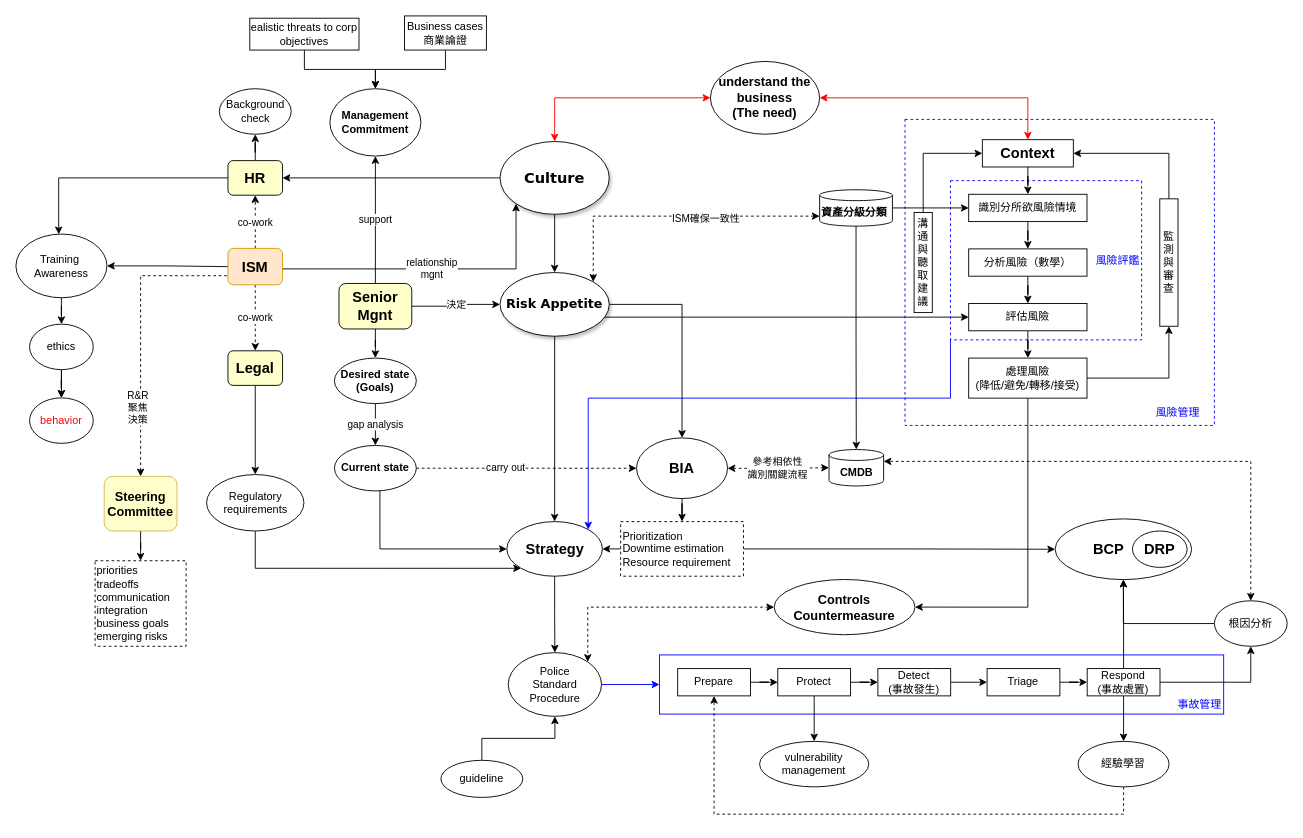
Above: Untitled Diagram.drawio in digipenguin/machinelearn-ndu (draw.io), before the change. Source tidied: cells renumbered, new cells numbered last; positions are measured from the earlier drawing's top-left corner, leaving out a move shared by most shapes. Both pictures are drawn from the tidied source at 91%, with x=0, y=0 at pixel (15, 15).
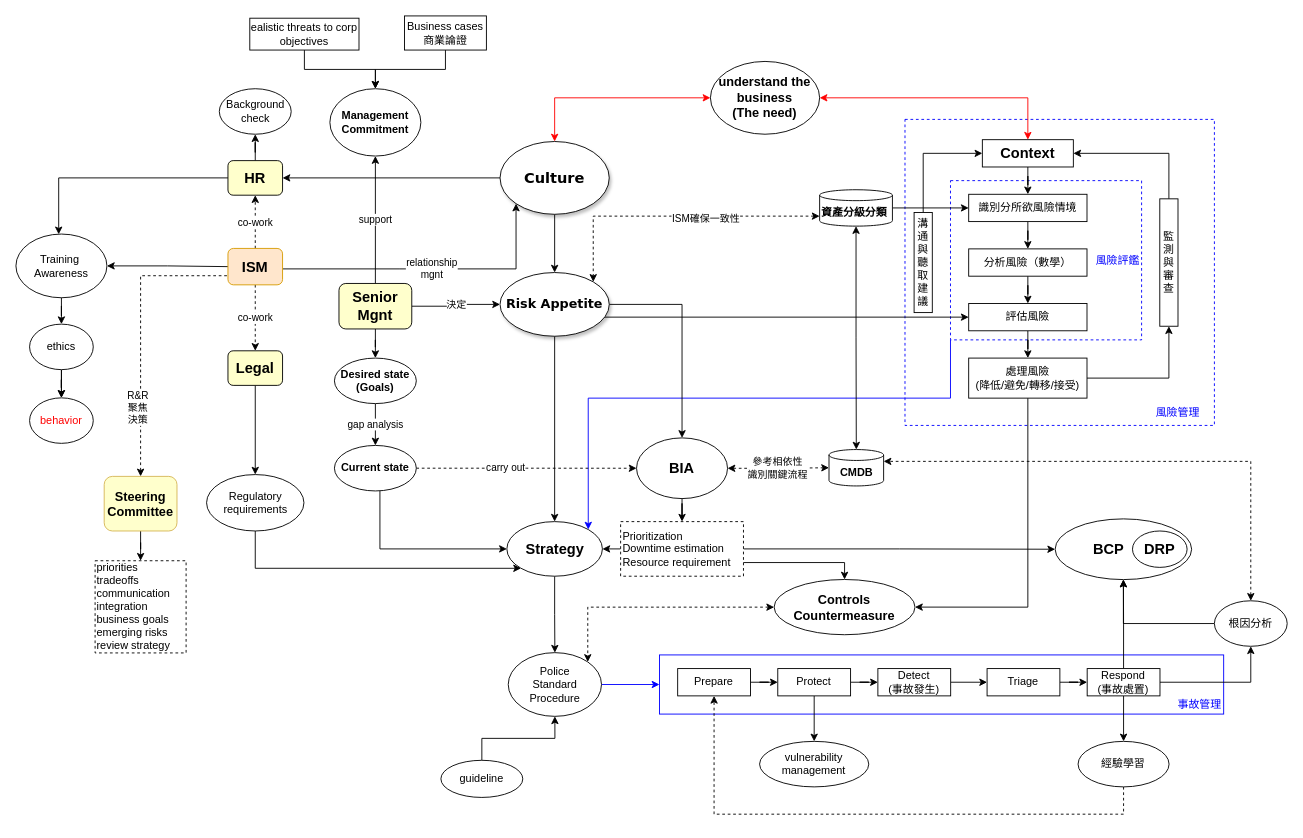
Above is the later version.

Unchanged cells that the change refers to:
```xml
<mxCell id="65" value="&lt;b&gt;CMDB&lt;/b&gt;" style="shape=cylinder3;whiteSpace=wrap;html=1;boundedLbl=1;backgroundOutline=1;size=6;fillColor=#FFFFFF;" parent="1" vertex="1">
  <mxGeometry x="893.5" y="476.5" width="60" height="40" as="geometry" />
</mxCell>
<mxCell id="68" value="&lt;span&gt;Prioritization&lt;/span&gt;&lt;br&gt;&lt;span&gt;Downtime estimation&lt;br&gt;Resource requirement&lt;br&gt;&lt;/span&gt;" style="rounded=0;whiteSpace=wrap;html=1;strokeColor=#000000;fillColor=#FFFFFF;align=left;dashed=1;" parent="1" vertex="1">
  <mxGeometry x="664.5" y="555.7" width="135" height="60" as="geometry" />
</mxCell>
<mxCell id="89" value="&lt;b&gt;&lt;font style=&quot;font-size: 14px&quot;&gt;Controls&lt;br&gt;Countermeasure&lt;br&gt;&lt;/font&gt;&lt;/b&gt;" style="ellipse;whiteSpace=wrap;html=1;strokeColor=#000000;fillColor=none;gradientColor=none;" parent="1" vertex="1">
  <mxGeometry x="833.2" y="619.3" width="154.8" height="60.7" as="geometry" />
</mxCell>
<mxCell id="96" value="&lt;b&gt;資產分級分類&amp;nbsp;&lt;/b&gt;" style="shape=cylinder3;whiteSpace=wrap;html=1;boundedLbl=1;backgroundOutline=1;size=6;fillColor=#FFFFFF;" parent="1" vertex="1">
  <mxGeometry x="883.2" y="191" width="80" height="40" as="geometry" />
</mxCell>
```

What changed in the source:
```diff
@@
+    <mxCell id="111" style="edgeStyle=orthogonalEdgeStyle;rounded=0;jettySize=auto;html=1;startArrow=classic;startFill=1;endArrow=none;endFill=0;exitX=0.5;exitY=0;exitDx=0;exitDy=0;entryX=1;entryY=0.75;entryDx=0;entryDy=0;" parent="1" edge="1" source="89" target="68">
+      <mxGeometry relative="1" as="geometry">
+        <Array as="points">
+          <mxPoint x="911" y="601" />
+        </Array>
+      </mxGeometry>
+    </mxCell>
@@
-    <mxCell id="92" style="edgeStyle=orthogonalEdgeStyle;rounded=0;jettySize=auto;html=1;entryX=0.5;entryY=0;entryDx=0;entryDy=0;entryPerimeter=0;startArrow=none;startFill=0;endArrow=classic;endFill=1;" parent="1" edge="1" source="96" target="65">
+    <mxCell id="92" style="edgeStyle=orthogonalEdgeStyle;rounded=0;jettySize=auto;html=1;entryX=0.5;entryY=0;entryDx=0;entryDy=0;entryPerimeter=0;startArrow=classic;startFill=1;endArrow=classic;endFill=1;" parent="1" edge="1" source="96" target="65">
       <mxGeometry relative="1" as="geometry" />
     </mxCell>
@@
-    <mxCell id="110" value="priorities&lt;br&gt;tradeoffs&lt;br&gt;communication&amp;nbsp;&lt;br&gt;integration&lt;br&gt;business goals&lt;br&gt;emerging risks" style="rounded=0;whiteSpace=wrap;html=1;strokeColor=#000000;align=left;dashed=1;" parent="1" vertex="1">
-      <mxGeometry x="87" y="598.7" width="100" height="94" as="geometry" />
+    <mxCell id="110" value="priorities&lt;br&gt;tradeoffs&lt;br&gt;communication&amp;nbsp;&lt;br&gt;integration&lt;br&gt;business goals&lt;br&gt;emerging risks&lt;br&gt;review strategy" style="rounded=0;whiteSpace=wrap;html=1;strokeColor=#000000;align=left;dashed=1;" parent="1" vertex="1">
+      <mxGeometry x="87" y="598.7" width="100" height="101.3" as="geometry" />
     </mxCell>
```
